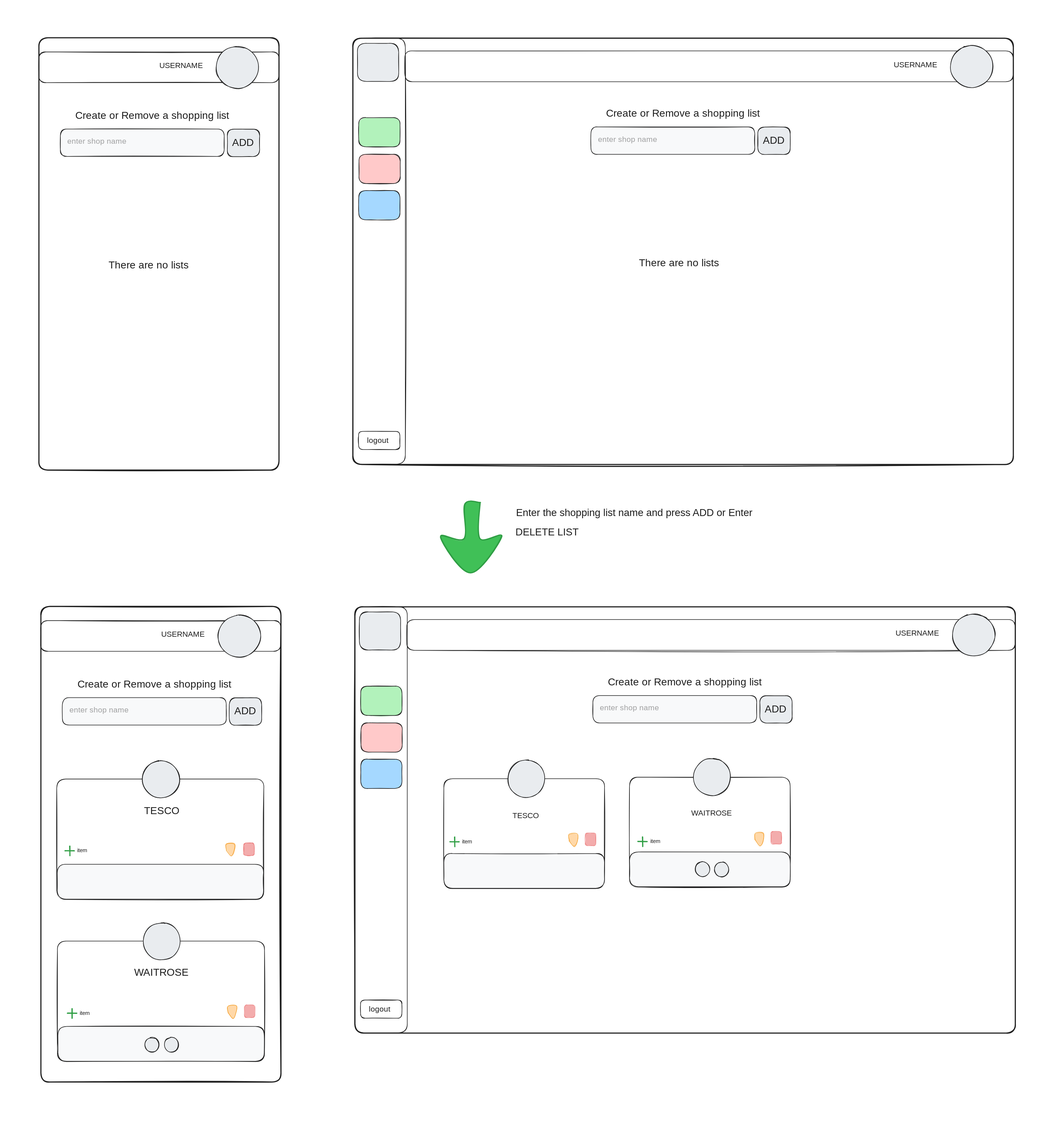
The Excalidraw diagram docs/wireframes/shopping_list/shopping_list-create_list.excalidraw.svg in AliMcG/our-house-app, before a commit. Source tidied: one line per element, renumbered; positions are measured from the earlier drawing's top-left corner, leaving out a move shared by most shapes.
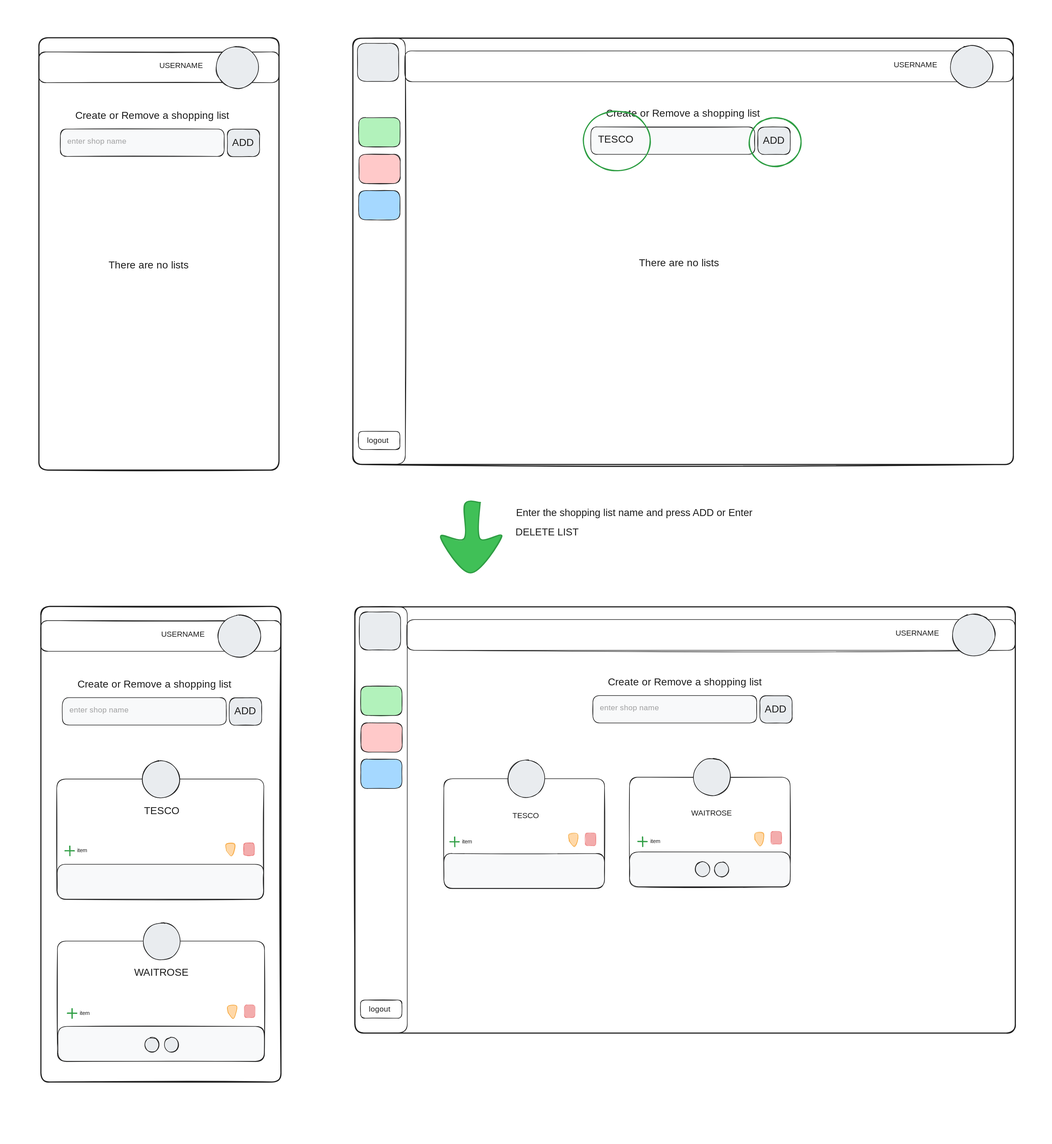
The same file after the commit.

Commit message:
update shopping list wireframes to better show usage of app and outcome

The edit, as a diff of the source:
```diff
@@ -14,7 +14,7 @@
 {"id": 13, "type": "rectangle", "strokeColor": "#1e1e1e", "backgroundColor": "#e9ecef", "fillStyle": "solid", "strokeWidth": 2, "roughness": 1, "round": true, "x": 2703, "y": 445, "width": 116, "height": 98}
 {"id": 14, "type": "text", "text": "ADD", "strokeColor": "#1e1e1e", "strokeWidth": 2, "roughness": 1, "fontSize": 36, "fontFamily": 1, "x": 2721, "y": 471, "width": 80, "height": 45}
 {"id": 15, "type": "text", "text": "Create or Remove a shopping list", "strokeColor": "#1e1e1e", "strokeWidth": 2, "roughness": 1, "fontSize": 36, "fontFamily": 1, "x": 2159, "y": 375, "width": 590, "height": 45}
-{"id": 16, "type": "text", "text": "enter shop name", "strokeColor": "#1e1e1e", "strokeWidth": 2, "roughness": 1, "opacity": 40, "fontSize": 28, "fontFamily": 1, "x": 2130, "y": 472, "width": 223, "height": 35}
+{"id": 16, "type": "text", "text": "TESCO", "strokeColor": "#1e1e1e", "strokeWidth": 2, "roughness": 1, "fontSize": 36, "fontFamily": 1, "x": 2130, "y": 467, "width": 124, "height": 45}
 {"id": 17, "type": "rectangle", "strokeColor": "#1e1e1e", "strokeWidth": 2, "roughness": 1, "round": true, "x": 128, "y": 176, "width": 860, "height": 110}
 {"id": 18, "type": "text", "text": "USERNAME", "strokeColor": "#1e1e1e", "strokeWidth": 2, "roughness": 1, "fontSize": 28, "fontFamily": 1, "x": 560, "y": 209, "width": 152, "height": 35}
 {"id": 19, "type": "ellipse", "strokeColor": "#1e1e1e", "backgroundColor": "#e9ecef", "fillStyle": "solid", "strokeWidth": 2, "roughness": 1, "round": true, "x": 763, "y": 156, "width": 153, "height": 150}
@@ -96,3 +96,5 @@
 {"id": 95, "type": "line", "strokeColor": "#f08c00", "backgroundColor": "#ffd8a8", "fillStyle": "solid", "strokeWidth": 1, "roughness": 1, "round": true, "x": 807, "y": 3614, "width": 29, "height": 44, "points": [[0, 0], [0, -23], [29, -24], [28, 4], [17, 20], [0, 0]]}
 {"id": 96, "type": "line", "strokeColor": "#f08c00", "backgroundColor": "#ffd8a8", "fillStyle": "solid", "strokeWidth": 1, "roughness": 1, "round": true, "x": 2028, "y": 2999, "width": 29, "height": 44, "points": [[0, 0], [0, -23], [29, -24], [28, 4], [17, 20], [0, 0]]}
 {"id": 97, "type": "line", "strokeColor": "#f08c00", "backgroundColor": "#ffd8a8", "fillStyle": "solid", "strokeWidth": 1, "roughness": 1, "round": true, "x": 2693, "y": 2995, "width": 29, "height": 44, "points": [[0, 0], [0, -23], [29, -24], [28, 4], [17, 20], [0, 0]]}
+{"id": 98, "type": "ellipse", "strokeColor": "#2f9e44", "strokeWidth": 4, "roughness": 1, "round": true, "x": 2078, "y": 387, "width": 240, "height": 214}
+{"id": 99, "type": "ellipse", "strokeColor": "#2f9e44", "strokeWidth": 4, "roughness": 1, "round": true, "x": 2672, "y": 411, "width": 186, "height": 174}
```
